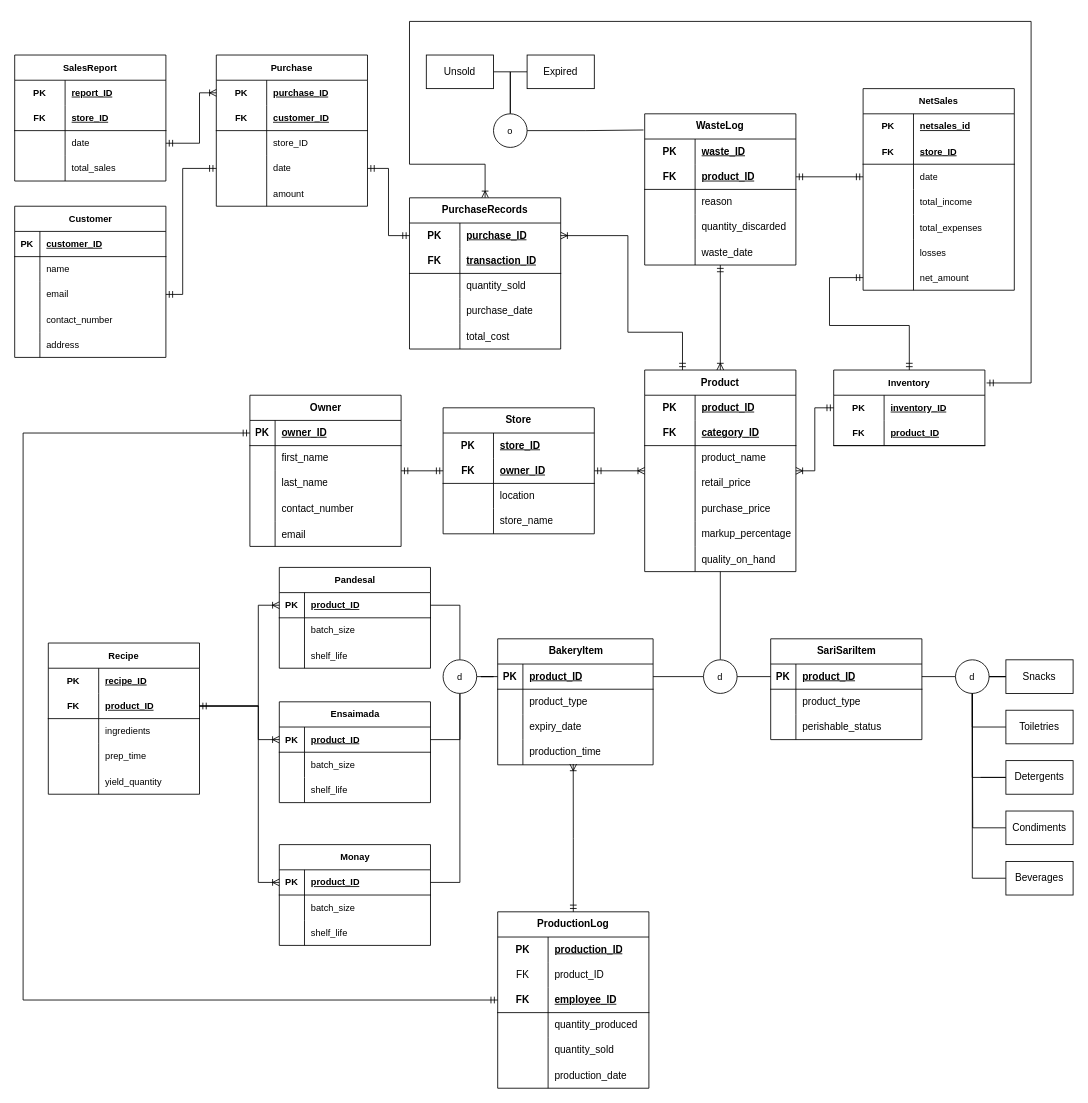
Above: Reworked ERD.drawio in ConnedMaster/ITS131P (draw.io), before the change. Source tidied: cells renumbered, new cells numbered last; positions are measured from the earlier drawing's top-left corner, leaving out a move shared by most shapes. Both pictures are drawn from the tidied source at 84%, with x=0, y=0 at pixel (14, 21).
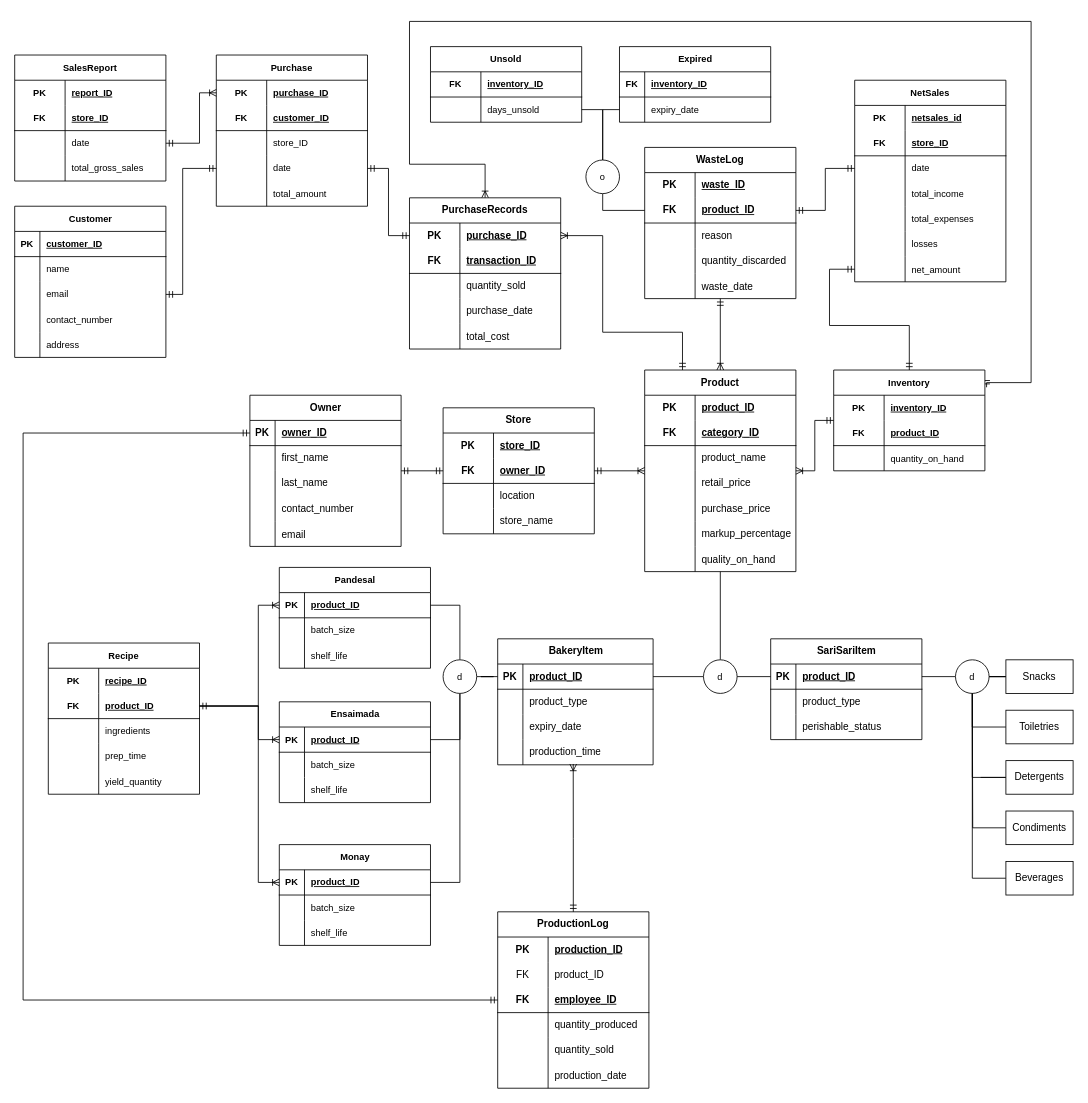
The same page after the edit.

The change refers to these unchanged cells:
```xml
<mxCell id="43" value="Product" style="shape=table;startSize=30;childLayout=tableLayout;rowLines=0;fontStyle=1;align=center;html=1;whiteSpace=wrap;" parent="1" vertex="1">
  <mxGeometry x="750" y="415" width="180" height="240" as="geometry" />
</mxCell>
<mxCell id="69" style="shape=tableRow;horizontal=0;startSize=0;swimlaneHead=0;swimlaneBody=0;fillColor=none;points=[[0,0.5],[1,0.5]];portConstraint=eastwest;top=0;left=0;right=0;bottom=1;html=1;" parent="65" vertex="1">
  <mxGeometry y="60" width="180" height="30" as="geometry" />
</mxCell>
<mxCell id="111" style="shape=tableRow;horizontal=0;startSize=0;swimlaneHead=0;swimlaneBody=0;fillColor=none;points=[[0,0.5],[1,0.5]];portConstraint=eastwest;top=0;left=0;right=0;bottom=0;html=1;" parent="110" vertex="1">
  <mxGeometry y="30" width="180" height="30" as="geometry" />
</mxCell>
<mxCell id="194" style="shape=tableRow;horizontal=0;startSize=0;swimlaneHead=0;swimlaneBody=0;fillColor=none;points=[[0,0.5],[1,0.5]];portConstraint=eastwest;top=0;left=0;right=0;bottom=0;fontFamily=Helvetica;fontSize=11;fontColor=default;labelBackgroundColor=default;" parent="175" vertex="1">
  <mxGeometry y="210" width="180" height="30" as="geometry" />
</mxCell>
<mxCell id="224" style="shape=tableRow;horizontal=0;startSize=0;swimlaneHead=0;swimlaneBody=0;fillColor=none;top=0;left=0;right=0;bottom=0;html=1;fontFamily=Helvetica;fontSize=11;fontColor=default;labelBackgroundColor=default;" parent="214" vertex="1">
  <mxGeometry y="120" width="180" height="30" as="geometry" />
</mxCell>
<mxCell id="256" style="shape=tableRow;horizontal=0;startSize=0;swimlaneHead=0;swimlaneBody=0;fillColor=none;top=0;left=0;right=0;bottom=0;fontFamily=Helvetica;fontSize=11;fontColor=default;labelBackgroundColor=default;" parent="243" vertex="1">
  <mxGeometry y="150" width="180" height="30" as="geometry" />
</mxCell>
```

Change to the diagram source:
```diff
@@
-    <mxCell id="26" style="edgeStyle=orthogonalEdgeStyle;shape=connector;rounded=0;jettySize=auto;html=1;entryX=-0.008;entryY=0.107;entryDx=0;entryDy=0;strokeColor=default;align=center;verticalAlign=middle;fontFamily=Helvetica;fontSize=11;fontColor=default;labelBackgroundColor=default;startFill=0;endArrow=none;entryPerimeter=0;" parent="1" edge="1" source="29" target="65">
-      <mxGeometry relative="1" as="geometry" />
-    </mxCell>
-    <mxCell id="27" style="edgeStyle=orthogonalEdgeStyle;shape=connector;rounded=0;jettySize=auto;html=1;entryX=1;entryY=0.5;entryDx=0;entryDy=0;strokeColor=default;align=center;verticalAlign=middle;fontFamily=Helvetica;fontSize=11;fontColor=default;labelBackgroundColor=default;startFill=0;endArrow=none;" parent="1" edge="1" source="29" target="30">
-      <mxGeometry relative="1" as="geometry" />
-    </mxCell>
-    <mxCell id="28" style="edgeStyle=orthogonalEdgeStyle;shape=connector;rounded=0;jettySize=auto;html=1;entryX=0;entryY=0.5;entryDx=0;entryDy=0;strokeColor=default;align=center;verticalAlign=middle;fontFamily=Helvetica;fontSize=11;fontColor=default;labelBackgroundColor=default;startFill=0;endArrow=none;" parent="1" edge="1" source="29" target="31">
-      <mxGeometry relative="1" as="geometry" />
-    </mxCell>
+    <mxCell id="291" style="edgeStyle=orthogonalEdgeStyle;shape=connector;rounded=0;jettySize=auto;html=1;entryX=0;entryY=0.5;entryDx=0;entryDy=0;strokeColor=default;align=center;verticalAlign=middle;fontFamily=Helvetica;fontSize=11;fontColor=default;labelBackgroundColor=default;endArrow=none;endFill=0;exitX=0.5;exitY=1;exitDx=0;exitDy=0;" parent="1" edge="1" source="29" target="69">
+      <mxGeometry relative="1" as="geometry" />
+    </mxCell>
+    <mxCell id="292" style="edgeStyle=orthogonalEdgeStyle;shape=connector;rounded=0;jettySize=auto;html=1;entryX=1;entryY=0.5;entryDx=0;entryDy=0;strokeColor=default;align=center;verticalAlign=middle;fontFamily=Helvetica;fontSize=11;fontColor=default;labelBackgroundColor=default;endArrow=none;endFill=0;" parent="1" edge="1" source="29" target="300">
+      <mxGeometry relative="1" as="geometry" />
+    </mxCell>
+    <mxCell id="293" style="edgeStyle=orthogonalEdgeStyle;shape=connector;rounded=0;jettySize=auto;html=1;entryX=0;entryY=0.5;entryDx=0;entryDy=0;strokeColor=default;align=center;verticalAlign=middle;fontFamily=Helvetica;fontSize=11;fontColor=default;labelBackgroundColor=default;endArrow=none;endFill=0;" parent="1" edge="1" source="29" target="306">
+      <mxGeometry relative="1" as="geometry" />
+    </mxCell>
     <mxCell id="29" value="o" style="ellipse;whiteSpace=wrap;html=1;fontFamily=Helvetica;fontSize=11;fontColor=default;labelBackgroundColor=default;" parent="1" vertex="1">
-      <mxGeometry x="570" y="110" width="40" height="40" as="geometry" />
+      <mxGeometry x="680" y="165" width="40" height="40" as="geometry" />
     </mxCell>
-    <mxCell id="30" value="Unsold" style="whiteSpace=wrap;html=1;align=center;" parent="1" vertex="1">
-      <mxGeometry x="490" y="40" width="80" height="40" as="geometry" />
-    </mxCell>
-    <mxCell id="31" value="Expired" style="whiteSpace=wrap;html=1;align=center;" parent="1" vertex="1">
-      <mxGeometry x="610" y="40" width="80" height="40" as="geometry" />
-    </mxCell>
     <mxCell id="32" style="edgeStyle=orthogonalEdgeStyle;shape=connector;rounded=0;jettySize=auto;html=1;entryX=0.25;entryY=0;entryDx=0;entryDy=0;strokeColor=default;align=center;verticalAlign=middle;fontFamily=Helvetica;fontSize=11;fontColor=default;labelBackgroundColor=default;startFill=0;endArrow=ERmandOne;startArrow=ERoneToMany;endFill=0;exitX=1;exitY=0.5;exitDx=0;exitDy=0;" parent="1" edge="1" source="111" target="43">
       <mxGeometry relative="1" as="geometry">
         <Array as="points">
-          <mxPoint x="730" y="255" />
-          <mxPoint x="730" y="370" />
+          <mxPoint x="700" y="255" />
+          <mxPoint x="700" y="370" />
           <mxPoint x="795" y="370" />
         </Array>
       </mxGeometry>
     </mxCell>
@@
     <mxCell id="65" value="WasteLog" style="shape=table;startSize=30;childLayout=tableLayout;rowLines=0;fontStyle=1;align=center;html=1;whiteSpace=wrap;" parent="1" vertex="1">
-      <mxGeometry x="750" y="110" width="180" height="180" as="geometry" />
+      <mxGeometry x="750" y="150" width="180" height="180" as="geometry" />
     </mxCell>
@@
     <mxCell id="158" value="Inventory" style="shape=table;startSize=30;childLayout=tableLayout;rowLines=0;fontStyle=1;align=center;html=1;whiteSpace=wrap;fontFamily=Helvetica;fontSize=11;fontColor=default;labelBackgroundColor=default;" parent="1" vertex="1">
-      <mxGeometry x="975" y="415" width="180" height="90" as="geometry" />
+      <mxGeometry x="975" y="415" width="180" height="120" as="geometry" />
     </mxCell>
@@
+    <mxCell id="294" style="shape=tableRow;horizontal=0;startSize=0;swimlaneHead=0;swimlaneBody=0;fillColor=none;top=0;left=0;right=0;bottom=0;fontFamily=Helvetica;fontSize=11;fontColor=default;labelBackgroundColor=default;" parent="158" vertex="1">
+      <mxGeometry y="90" width="180" height="30" as="geometry" />
+    </mxCell>
+    <mxCell id="295" style="shape=partialRectangle;fillColor=none;top=0;left=0;bottom=0;right=0;overflow=hidden;fontFamily=Helvetica;fontSize=11;fontColor=default;labelBackgroundColor=default;" parent="294" vertex="1">
+      <mxGeometry width="60" height="30" as="geometry" />
+    </mxCell>
+    <mxCell id="296" value="quantity_on_hand" style="shape=partialRectangle;fillColor=none;top=0;left=0;bottom=0;right=0;align=left;spacingLeft=6;overflow=hidden;fontFamily=Helvetica;fontSize=11;fontColor=default;labelBackgroundColor=default;" parent="294" vertex="1">
+      <mxGeometry x="60" width="120" height="30" as="geometry" />
+    </mxCell>
@@
     <mxCell id="170" style="edgeStyle=orthogonalEdgeStyle;fontSize=12;html=1;endArrow=ERmandOne;startArrow=ERmandOne;rounded=0;strokeColor=default;align=center;verticalAlign=middle;fontFamily=Helvetica;fontColor=default;labelBackgroundColor=default;entryX=0;entryY=0.5;entryDx=0;entryDy=0;exitX=0.5;exitY=0;exitDx=0;exitDy=0;" parent="1" edge="1" source="158" target="194">
       <mxGeometry relative="1" as="geometry">
         <Array as="points">
           <mxPoint x="1065" y="362" />
           <mxPoint x="970" y="362" />
-          <mxPoint x="970" y="305" />
+          <mxPoint x="970" y="295" />
         </Array>
       </mxGeometry>
     </mxCell>
@@
     <mxCell id="175" value="NetSales" style="shape=table;startSize=30;childLayout=tableLayout;rowLines=0;fontStyle=1;align=center;html=1;whiteSpace=wrap;fontFamily=Helvetica;fontSize=11;fontColor=default;labelBackgroundColor=default;" parent="1" vertex="1">
-      <mxGeometry x="1010" y="80" width="180" height="240" as="geometry" />
+      <mxGeometry x="1000" y="70" width="180" height="240" as="geometry" />
     </mxCell>
@@
-    <mxCell id="226" value="total_sales" style="shape=partialRectangle;fillColor=none;top=0;left=0;bottom=0;right=0;align=left;spacingLeft=6;overflow=hidden;html=1;whiteSpace=wrap;fontFamily=Helvetica;fontSize=11;fontColor=default;labelBackgroundColor=default;" parent="224" vertex="1">
+    <mxCell id="226" value="total_gross_sales" style="shape=partialRectangle;fillColor=none;top=0;left=0;bottom=0;right=0;align=left;spacingLeft=6;overflow=hidden;html=1;whiteSpace=wrap;fontFamily=Helvetica;fontSize=11;fontColor=default;labelBackgroundColor=default;" parent="224" vertex="1">
       <mxGeometry x="60" width="120" height="30" as="geometry" />
     </mxCell>
@@
-    <mxCell id="258" value="amount" style="shape=partialRectangle;fillColor=none;top=0;left=0;bottom=0;right=0;align=left;spacingLeft=6;overflow=hidden;fontFamily=Helvetica;fontSize=11;fontColor=default;labelBackgroundColor=default;" parent="256" vertex="1">
+    <mxCell id="258" value="total_amount" style="shape=partialRectangle;fillColor=none;top=0;left=0;bottom=0;right=0;align=left;spacingLeft=6;overflow=hidden;fontFamily=Helvetica;fontSize=11;fontColor=default;labelBackgroundColor=default;" parent="256" vertex="1">
       <mxGeometry x="60" width="120" height="30" as="geometry" />
     </mxCell>
@@
+    <mxCell id="30" value="Unsold" style="shape=table;startSize=30;childLayout=tableLayout;rowLines=0;fontStyle=1;align=center;html=1;whiteSpace=wrap;fontFamily=Helvetica;fontSize=11;fontColor=default;labelBackgroundColor=default;" parent="1" vertex="1">
+      <mxGeometry x="495" y="30" width="180" height="90" as="geometry" />
+    </mxCell>
+    <mxCell id="297" style="shape=tableRow;horizontal=0;startSize=0;swimlaneHead=0;swimlaneBody=0;fillColor=none;top=0;left=0;right=0;bottom=1;html=1;fontFamily=Helvetica;fontSize=11;fontColor=default;labelBackgroundColor=default;" parent="30" vertex="1">
+      <mxGeometry y="30" width="180" height="30" as="geometry" />
+    </mxCell>
+    <mxCell id="298" value="FK" style="shape=partialRectangle;fillColor=none;top=0;left=0;bottom=0;right=0;fontStyle=1;overflow=hidden;html=1;whiteSpace=wrap;fontFamily=Helvetica;fontSize=11;fontColor=default;labelBackgroundColor=default;" parent="297" vertex="1">
+      <mxGeometry width="60" height="30" as="geometry" />
+    </mxCell>
+    <mxCell id="299" value="inventory_ID" style="shape=partialRectangle;fillColor=none;top=0;left=0;bottom=0;right=0;align=left;spacingLeft=6;fontStyle=5;overflow=hidden;html=1;whiteSpace=wrap;fontFamily=Helvetica;fontSize=11;fontColor=default;labelBackgroundColor=default;" parent="297" vertex="1">
+      <mxGeometry x="60" width="120" height="30" as="geometry" />
+    </mxCell>
+    <mxCell id="300" style="shape=tableRow;horizontal=0;startSize=0;swimlaneHead=0;swimlaneBody=0;fillColor=none;points=[[0,0.5],[1,0.5]];portConstraint=eastwest;top=0;left=0;right=0;bottom=0;html=1;fontFamily=Helvetica;fontSize=11;fontColor=default;labelBackgroundColor=default;" parent="30" vertex="1">
+      <mxGeometry y="60" width="180" height="30" as="geometry" />
+    </mxCell>
+    <mxCell id="301" style="shape=partialRectangle;fillColor=none;top=0;left=0;bottom=0;right=0;overflow=hidden;html=1;whiteSpace=wrap;fontFamily=Helvetica;fontSize=11;fontColor=default;labelBackgroundColor=default;" parent="300" vertex="1">
+      <mxGeometry width="60" height="30" as="geometry" />
+    </mxCell>
+    <mxCell id="302" value="days_unsold" style="shape=partialRectangle;fillColor=none;top=0;left=0;bottom=0;right=0;align=left;spacingLeft=6;overflow=hidden;html=1;whiteSpace=wrap;fontFamily=Helvetica;fontSize=11;fontColor=default;labelBackgroundColor=default;" parent="300" vertex="1">
+      <mxGeometry x="60" width="120" height="30" as="geometry" />
+    </mxCell>
+    <mxCell id="31" value="Expired" style="shape=table;startSize=30;childLayout=tableLayout;rowLines=0;fontStyle=1;align=center;html=1;fontFamily=Helvetica;fontSize=11;fontColor=default;labelBackgroundColor=default;" parent="1" vertex="1">
+      <mxGeometry x="720" y="30" width="180" height="90" as="geometry" />
+    </mxCell>
+    <mxCell id="303" style="shape=tableRow;horizontal=0;startSize=0;swimlaneHead=0;swimlaneBody=0;fillColor=none;top=0;left=0;right=0;bottom=1;fontFamily=Helvetica;fontSize=11;fontColor=default;labelBackgroundColor=default;" parent="31" vertex="1">
+      <mxGeometry y="30" width="180" height="30" as="geometry" />
+    </mxCell>
+    <mxCell id="304" value="FK" style="shape=partialRectangle;fillColor=none;top=0;left=0;bottom=0;right=0;fontStyle=1;overflow=hidden;whiteSpace=wrap;html=1;fontFamily=Helvetica;fontSize=11;fontColor=default;labelBackgroundColor=default;" parent="303" vertex="1">
+      <mxGeometry width="30" height="30" as="geometry" />
+    </mxCell>
+    <mxCell id="305" value="inventory_ID" style="shape=partialRectangle;fillColor=none;top=0;left=0;bottom=0;right=0;align=left;spacingLeft=6;fontStyle=5;overflow=hidden;whiteSpace=wrap;html=1;fontFamily=Helvetica;fontSize=11;fontColor=default;labelBackgroundColor=default;" parent="303" vertex="1">
+      <mxGeometry x="30" width="150" height="30" as="geometry" />
+    </mxCell>
+    <mxCell id="306" style="shape=tableRow;horizontal=0;startSize=0;swimlaneHead=0;swimlaneBody=0;fillColor=none;points=[[0,0.5],[1,0.5]];portConstraint=eastwest;top=0;left=0;right=0;bottom=0;fontFamily=Helvetica;fontSize=11;fontColor=default;labelBackgroundColor=default;" parent="31" vertex="1">
+      <mxGeometry y="60" width="180" height="30" as="geometry" />
+    </mxCell>
+    <mxCell id="307" style="shape=partialRectangle;fillColor=none;top=0;left=0;bottom=0;right=0;overflow=hidden;whiteSpace=wrap;html=1;fontFamily=Helvetica;fontSize=11;fontColor=default;labelBackgroundColor=default;" parent="306" vertex="1">
+      <mxGeometry width="30" height="30" as="geometry" />
+    </mxCell>
+    <mxCell id="308" value="expiry_date" style="shape=partialRectangle;fillColor=none;top=0;left=0;bottom=0;right=0;align=left;spacingLeft=6;overflow=hidden;whiteSpace=wrap;html=1;fontFamily=Helvetica;fontSize=11;fontColor=default;labelBackgroundColor=default;" parent="306" vertex="1">
+      <mxGeometry x="30" width="150" height="30" as="geometry" />
+    </mxCell>
```
